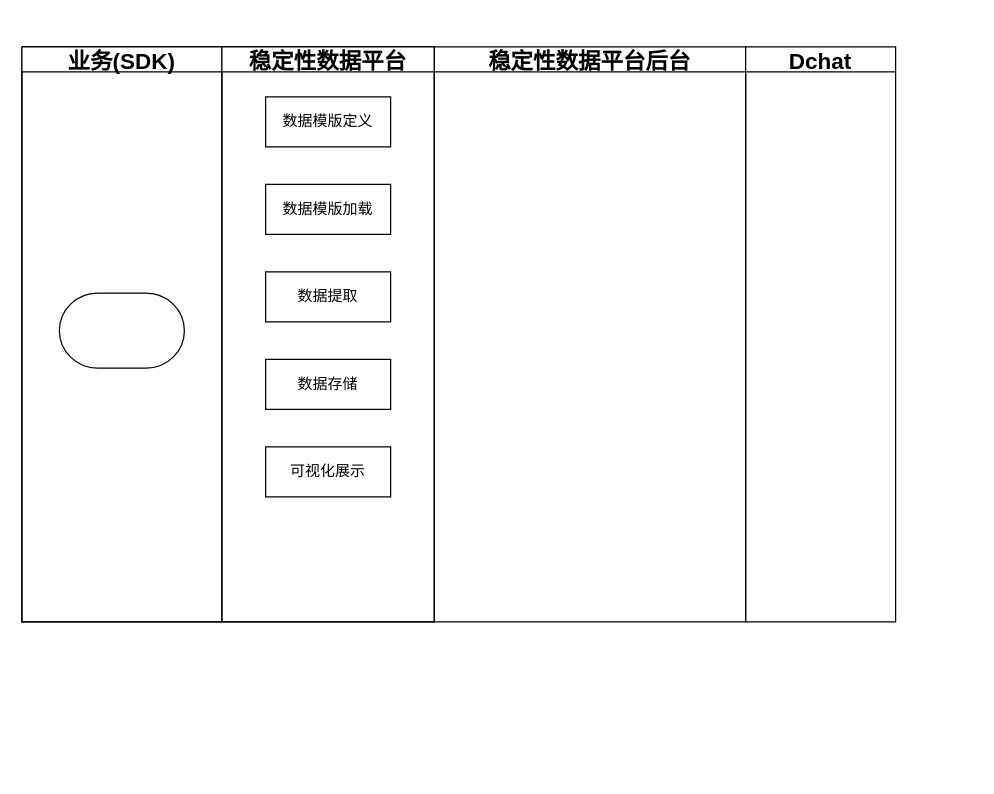
This is drawio/稳定性数据管理平台.drawio from xiaofang168/files, a draw.io file, before an edit. Source tidied: cells renumbered, new cells numbered last; positions are measured from the earlier drawing's top-left corner, leaving out a move shared by most shapes. Both pictures are drawn from the tidied source at 125%, with x=0, y=0 at pixel (21, 21).
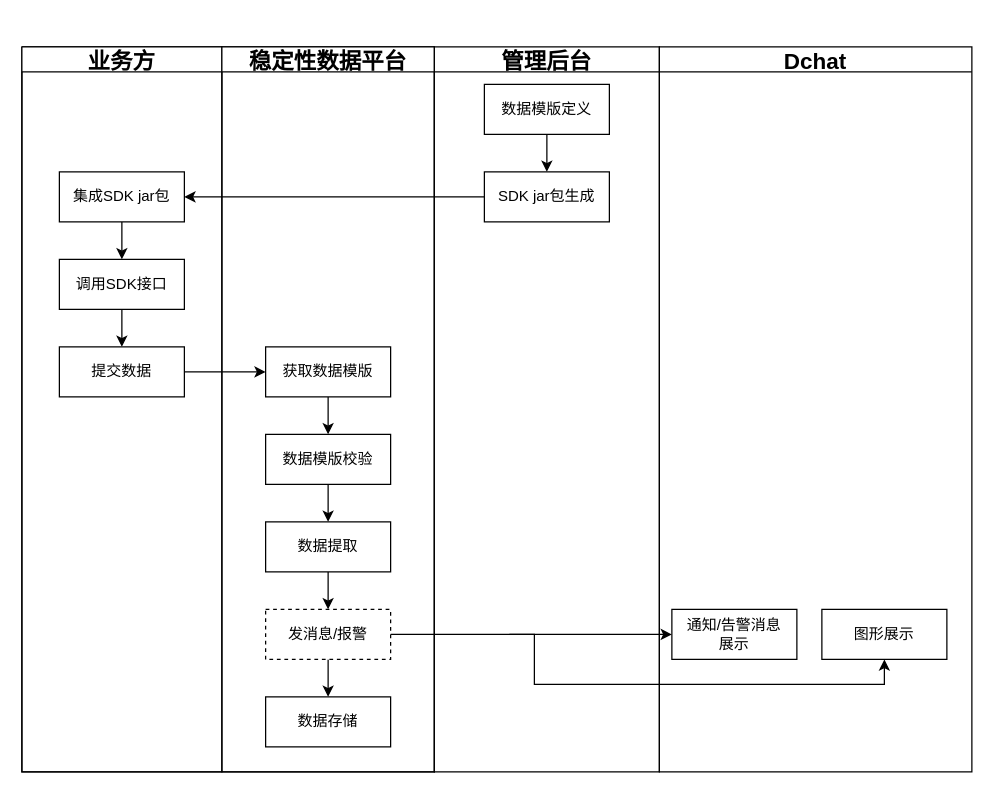
The same diagram, later.

Commit message:
Update 稳定性数据管理平台.drawio

What changed in the source:
```diff
@@
     <mxCell id="2" value="Pool" style="swimlane;startSize=20;rounded=0;shadow=0;glass=0;fontSize=18;strokeColor=default;strokeWidth=1;fillColor=default;noLabel=1;backgroundOutline=0;comic=0;enumerate=0;swimlaneBody=1;swimlaneHead=0;horizontal=1;swimlaneLine=1;" parent="1" vertex="1">
-      <mxGeometry width="330" height="480" as="geometry" />
+      <mxGeometry width="330" height="600" as="geometry" />
     </mxCell>
-    <mxCell id="3" value="业务(SDK)" style="swimlane;startSize=20;rounded=0;shadow=0;glass=0;fontSize=18;strokeColor=default;strokeWidth=1;fillColor=default;" parent="2" vertex="1">
-      <mxGeometry y="20" width="160" height="460" as="geometry" />
+    <mxCell id="3" value="业务方" style="swimlane;startSize=20;rounded=0;shadow=0;glass=0;fontSize=18;strokeColor=default;strokeWidth=1;fillColor=default;" parent="2" vertex="1">
+      <mxGeometry y="20" width="160" height="580" as="geometry" />
     </mxCell>
-    <mxCell id="4" style="strokeWidth=1;html=1;shape=mxgraph.flowchart.terminator;whiteSpace=wrap;rounded=0;shadow=0;glass=0;comic=0;fontSize=18;fillColor=default;" parent="3" vertex="1">
-      <mxGeometry x="30" y="197" width="100" height="60" as="geometry" />
-    </mxCell>
+    <mxCell id="13" style="edgeStyle=orthogonalEdgeStyle;rounded=0;jettySize=auto;html=1;exitX=0.5;exitY=1;exitDx=0;exitDy=0;" parent="3" edge="1" source="14" target="15">
+      <mxGeometry relative="1" as="geometry" />
+    </mxCell>
+    <mxCell id="14" value="调用SDK接口" style="rounded=0;whiteSpace=wrap;html=1;" parent="3" vertex="1">
+      <mxGeometry x="30" y="170" width="100" height="40" as="geometry" />
+    </mxCell>
+    <mxCell id="15" value="提交数据" style="rounded=0;whiteSpace=wrap;html=1;" parent="3" vertex="1">
+      <mxGeometry x="30" y="240" width="100" height="40" as="geometry" />
+    </mxCell>
+    <mxCell id="16" style="edgeStyle=orthogonalEdgeStyle;rounded=0;jettySize=auto;html=1;exitX=0.5;exitY=1;exitDx=0;exitDy=0;entryX=0.5;entryY=0;entryDx=0;entryDy=0;" parent="3" edge="1" source="17" target="14">
+      <mxGeometry relative="1" as="geometry" />
+    </mxCell>
+    <mxCell id="17" value="集成SDK jar包" style="rounded=0;whiteSpace=wrap;html=1;" parent="3" vertex="1">
+      <mxGeometry x="30" y="100" width="100" height="40" as="geometry" />
+    </mxCell>
     <mxCell id="5" value="稳定性数据平台" style="swimlane;startSize=20;rounded=0;shadow=0;glass=0;fontSize=18;strokeColor=default;strokeWidth=1;fillColor=default;" parent="2" vertex="1">
-      <mxGeometry x="160" y="20" width="170" height="460" as="geometry" />
+      <mxGeometry x="160" y="20" width="170" height="580" as="geometry" />
     </mxCell>
-    <mxCell id="6" value="数据模版定义" style="rounded=0;whiteSpace=wrap;html=1;" parent="5" vertex="1">
-      <mxGeometry x="35" y="40" width="100" height="40" as="geometry" />
-    </mxCell>
+    <mxCell id="18" style="edgeStyle=orthogonalEdgeStyle;rounded=0;jettySize=auto;html=1;exitX=0.5;exitY=1;exitDx=0;exitDy=0;entryX=0.5;entryY=0;entryDx=0;entryDy=0;" parent="5" edge="1" source="7" target="8">
+      <mxGeometry relative="1" as="geometry" />
+    </mxCell>
-    <mxCell id="7" value="数据模版加载" style="rounded=0;whiteSpace=wrap;html=1;" parent="5" vertex="1">
-      <mxGeometry x="35" y="110" width="100" height="40" as="geometry" />
+    <mxCell id="7" value="获取数据模版" style="rounded=0;whiteSpace=wrap;html=1;" parent="5" vertex="1">
+      <mxGeometry x="35" y="240" width="100" height="40" as="geometry" />
     </mxCell>
+    <mxCell id="19" style="edgeStyle=orthogonalEdgeStyle;rounded=0;jettySize=auto;html=1;exitX=0.5;exitY=1;exitDx=0;exitDy=0;entryX=0.5;entryY=0;entryDx=0;entryDy=0;" parent="5" edge="1" source="8" target="21">
+      <mxGeometry relative="1" as="geometry" />
+    </mxCell>
-    <mxCell id="8" value="数据提取" style="rounded=0;whiteSpace=wrap;html=1;" parent="5" vertex="1">
-      <mxGeometry x="35" y="180" width="100" height="40" as="geometry" />
+    <mxCell id="8" value="数据模版校验" style="rounded=0;whiteSpace=wrap;html=1;" parent="5" vertex="1">
+      <mxGeometry x="35" y="310" width="100" height="40" as="geometry" />
     </mxCell>
     <mxCell id="9" value="数据存储" style="rounded=0;whiteSpace=wrap;html=1;" parent="5" vertex="1">
-      <mxGeometry x="35" y="250" width="100" height="40" as="geometry" />
+      <mxGeometry x="35" y="520" width="100" height="40" as="geometry" />
     </mxCell>
-    <mxCell id="10" value="可视化展示" style="rounded=0;whiteSpace=wrap;html=1;" parent="5" vertex="1">
-      <mxGeometry x="35" y="320" width="100" height="40" as="geometry" />
-    </mxCell>
+    <mxCell id="20" style="edgeStyle=orthogonalEdgeStyle;rounded=0;jettySize=auto;html=1;exitX=0.5;exitY=1;exitDx=0;exitDy=0;entryX=0.5;entryY=0;entryDx=0;entryDy=0;" parent="5" edge="1" source="21" target="23">
+      <mxGeometry relative="1" as="geometry" />
+    </mxCell>
+    <mxCell id="21" value="数据提取" style="rounded=0;whiteSpace=wrap;html=1;" parent="5" vertex="1">
+      <mxGeometry x="35" y="380" width="100" height="40" as="geometry" />
+    </mxCell>
+    <mxCell id="22" style="edgeStyle=orthogonalEdgeStyle;rounded=0;jettySize=auto;html=1;exitX=0.5;exitY=1;exitDx=0;exitDy=0;entryX=0.5;entryY=0;entryDx=0;entryDy=0;" parent="5" edge="1" source="23" target="9">
+      <mxGeometry relative="1" as="geometry" />
+    </mxCell>
+    <mxCell id="23" value="发消息/报警" style="rounded=0;whiteSpace=wrap;html=1;dashed=1;" parent="5" vertex="1">
+      <mxGeometry x="35" y="450" width="100" height="40" as="geometry" />
+    </mxCell>
+    <mxCell id="24" style="endArrow=classic;html=1;rounded=0;entryX=0;entryY=0.5;entryDx=0;entryDy=0;" parent="5" edge="1" target="7">
+      <mxGeometry relative="1" as="geometry">
+        <mxPoint x="-30" y="260" as="sourcePoint" />
+      </mxGeometry>
+    </mxCell>
-    <mxCell id="11" value="稳定性数据平台后台" style="swimlane;startSize=20;rounded=0;shadow=0;glass=0;fontSize=18;strokeColor=default;strokeWidth=1;fillColor=default;" parent="1" vertex="1">
-      <mxGeometry x="330" y="20" width="249" height="460" as="geometry" />
+    <mxCell id="11" value="管理后台" style="swimlane;startSize=20;rounded=0;shadow=0;glass=0;fontSize=18;strokeColor=default;strokeWidth=1;fillColor=default;" parent="1" vertex="1">
+      <mxGeometry x="330" y="20" width="180" height="580" as="geometry" />
     </mxCell>
+    <mxCell id="25" value="SDK jar包生成" style="rounded=0;whiteSpace=wrap;html=1;" parent="11" vertex="1">
+      <mxGeometry x="40" y="100" width="100" height="40" as="geometry" />
+    </mxCell>
+    <mxCell id="6" value="数据模版定义" style="rounded=0;whiteSpace=wrap;html=1;" parent="11" vertex="1">
+      <mxGeometry x="40" y="30" width="100" height="40" as="geometry" />
+    </mxCell>
+    <mxCell id="26" style="endArrow=classic;html=1;rounded=0;exitX=0.5;exitY=1;exitDx=0;exitDy=0;entryX=0.5;entryY=0;entryDx=0;entryDy=0;" parent="11" edge="1" source="6" target="25">
+      <mxGeometry relative="1" as="geometry" />
+    </mxCell>
     <mxCell id="12" value="Dchat" style="swimlane;startSize=20;rounded=0;shadow=0;glass=0;fontSize=18;strokeColor=default;strokeWidth=1;fillColor=default;" parent="1" vertex="1">
-      <mxGeometry x="579" y="20" width="120" height="460" as="geometry" />
+      <mxGeometry x="510" y="20" width="250" height="580" as="geometry" />
     </mxCell>
+    <mxCell id="27" value="通知/告警消息&lt;br&gt;展示" style="rounded=0;whiteSpace=wrap;html=1;" parent="12" vertex="1">
+      <mxGeometry x="10" y="450" width="100" height="40" as="geometry" />
+    </mxCell>
+    <mxCell id="28" value="图形展示" style="rounded=0;whiteSpace=wrap;html=1;" parent="12" vertex="1">
+      <mxGeometry x="130" y="450" width="100" height="40" as="geometry" />
+    </mxCell>
+    <mxCell id="29" style="endArrow=classic;html=1;rounded=0;exitX=0;exitY=0.5;exitDx=0;exitDy=0;entryX=1;entryY=0.5;entryDx=0;entryDy=0;" parent="1" edge="1" source="25" target="17">
+      <mxGeometry relative="1" as="geometry" />
+    </mxCell>
+    <mxCell id="30" style="edgeStyle=orthogonalEdgeStyle;rounded=0;jettySize=auto;html=1;exitX=1;exitY=0.5;exitDx=0;exitDy=0;entryX=0;entryY=0.5;entryDx=0;entryDy=0;" parent="1" edge="1" source="23" target="27">
+      <mxGeometry relative="1" as="geometry" />
+    </mxCell>
+    <mxCell id="31" style="edgeStyle=orthogonalEdgeStyle;jettySize=auto;html=1;exitX=0.5;exitY=1;exitDx=0;exitDy=0;startFill=1;endFill=0;anchorPointDirection=1;rounded=0;startArrow=classic;endArrow=none;" parent="1" edge="1" source="28">
+      <mxGeometry relative="1" as="geometry">
+        <mxPoint x="390" y="490" as="targetPoint" />
+        <Array as="points">
+          <mxPoint x="690" y="530" />
+          <mxPoint x="410" y="530" />
+          <mxPoint x="410" y="490" />
+        </Array>
+      </mxGeometry>
+    </mxCell>
```
